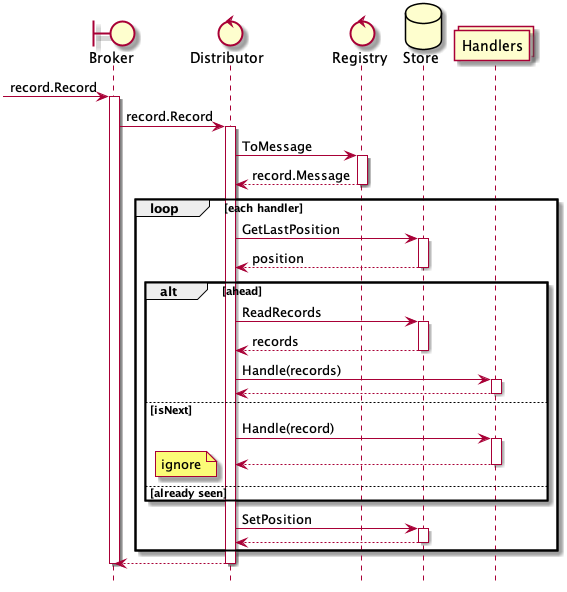
This is docs/diagrams/broker-distributor.png from go-po/po, a PlantUML export, as it was before one commit. Source of this version:
```plantuml
@startuml

hide footbox

boundary Broker         AS broker
control Distributor     AS dist
control Registry        AS registry
database Store          AS store
collections Handlers    AS handlers


[-> broker : record.Record
activate broker
    broker  -> dist ++ : record.Record
        dist    -> registry ++ : ToMessage
        return record.Message

        loop each handler
            dist -> store ++ : GetLastPosition
            return position

            alt ahead
                dist -> store ++ : ReadRecords
                return records
                dist -> handlers ++ : Handle(records)
                return
            else isNext
                dist -> handlers ++ : Handle(record)
                return
            else already seen
                note left: ignore
            end

            dist -> store ++ : SetPosition
            return
    end
    return

deactivate broker





@enduml
```
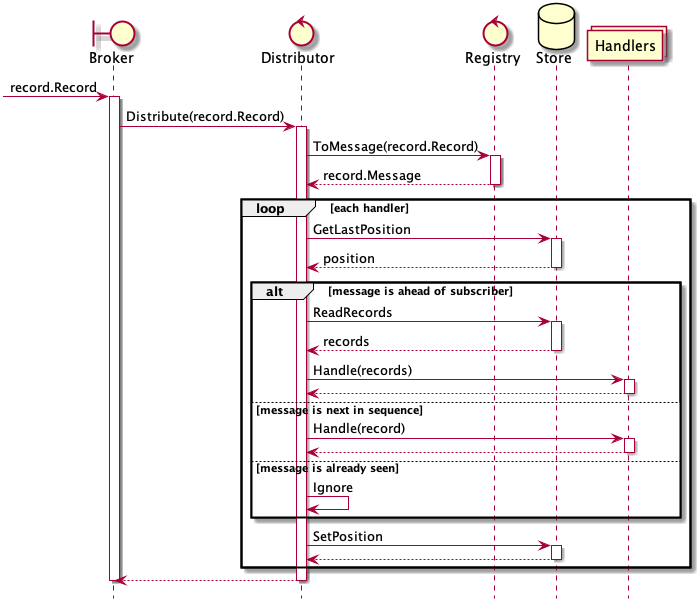
The same file after the commit.

Commit message:
tweaks the documentation of the Distributor #9

The edit, as a diff of the source:
```diff
@@ -11,24 +11,24 @@
 
 [-> broker : record.Record
 activate broker
-    broker  -> dist ++ : record.Record
-        dist    -> registry ++ : ToMessage
+    broker  -> dist ++ : Distribute(record.Record)
+        dist    -> registry ++ : ToMessage(record.Record)
         return record.Message
 
         loop each handler
             dist -> store ++ : GetLastPosition
             return position
 
-            alt ahead
+            alt message is ahead of subscriber
                 dist -> store ++ : ReadRecords
                 return records
                 dist -> handlers ++ : Handle(records)
                 return
-            else isNext
+            else message is next in sequence
                 dist -> handlers ++ : Handle(record)
                 return
-            else already seen
-                note left: ignore
+            else message is already seen
+                dist -> dist : Ignore
             end
 
             dist -> store ++ : SetPosition
```
